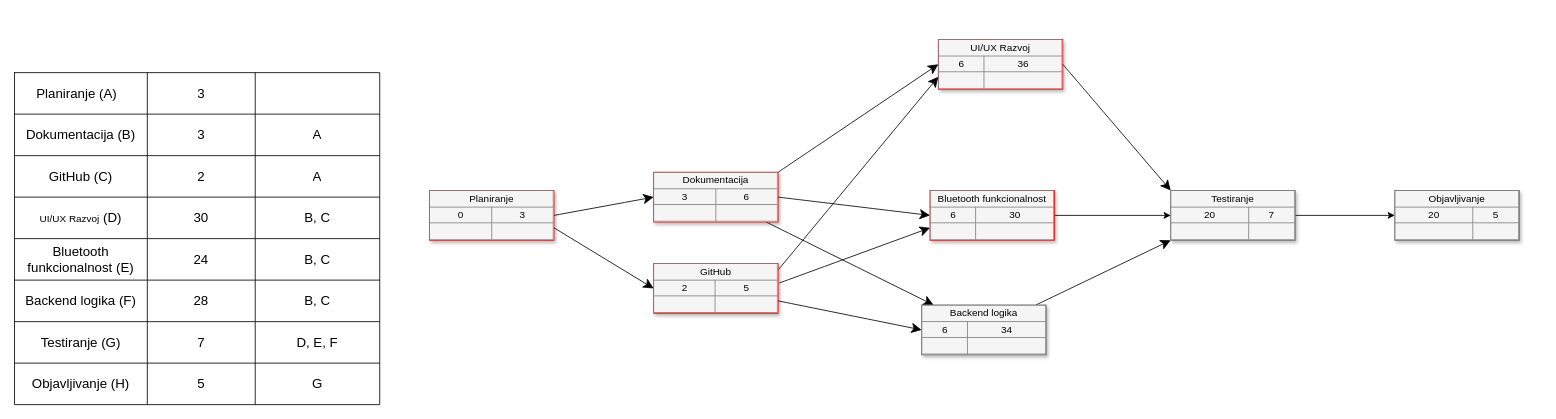
This is docs/pert.drawio from strelec00/bluetooth-chat, a draw.io file, before an edit. Source tidied: cells renumbered, new cells numbered last; positions are measured from the earlier drawing's top-left corner, leaving out a move shared by most shapes. Both pictures are drawn from the tidied source at 83%, with x=0, y=0 at pixel (14, 39).
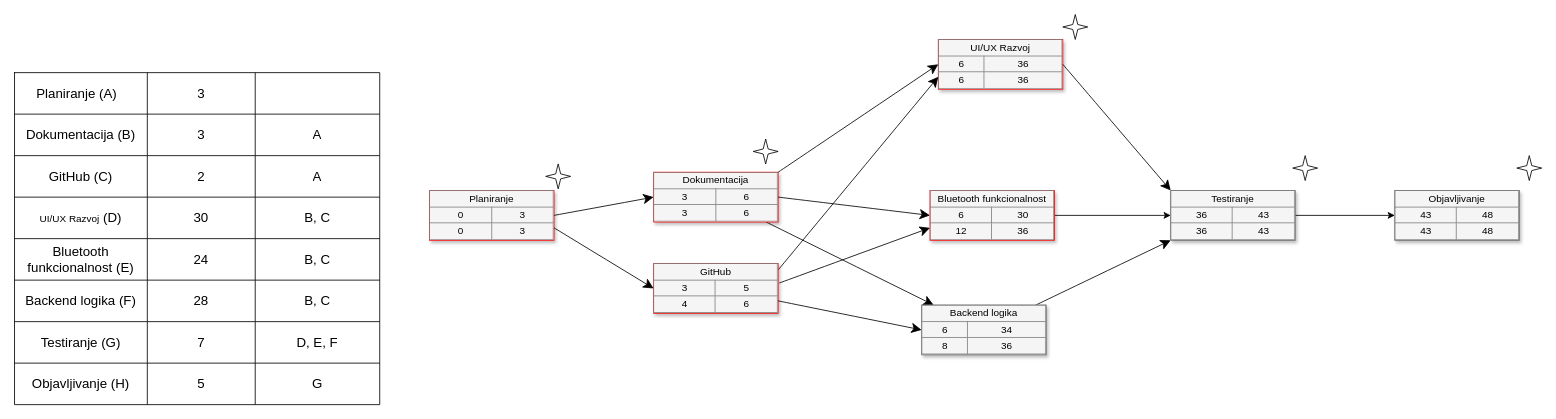
After the change.

The edit, as a diff of the source:
```diff
@@
-    <mxCell id="3" value="&lt;table border=&quot;1&quot; width=&quot;100%&quot; style=&quot;width: 100% ; height: 100% ; border-collapse: collapse&quot;&gt;&lt;tbody&gt;&lt;tr&gt;&lt;td colspan=&quot;2&quot; align=&quot;center&quot;&gt;&lt;font style=&quot;font-size: 12px;&quot;&gt;Dokumentacija&lt;/font&gt;&lt;/td&gt;&lt;/tr&gt;&lt;tr&gt;&lt;td align=&quot;center&quot;&gt;3&lt;/td&gt;&lt;td align=&quot;center&quot;&gt;&lt;font style=&quot;font-size: 12px;&quot;&gt;6&lt;/font&gt;&lt;/td&gt;&lt;/tr&gt;&lt;tr&gt;&lt;td align=&quot;center&quot;&gt;&lt;br&gt;&lt;/td&gt;&lt;td align=&quot;center&quot;&gt;&lt;br&gt;&lt;/td&gt;&lt;/tr&gt;&lt;/tbody&gt;&lt;/table&gt;" style="text;html=1;strokeColor=#FF0000;fillColor=#f5f5f5;overflow=fill;rounded=0;shadow=1;fontSize=12;align=center;" parent="1" vertex="1">
+    <mxCell id="3" value="&lt;table border=&quot;1&quot; width=&quot;100%&quot; style=&quot;width: 100% ; height: 100% ; border-collapse: collapse&quot;&gt;&lt;tbody&gt;&lt;tr&gt;&lt;td colspan=&quot;2&quot; align=&quot;center&quot;&gt;&lt;font style=&quot;font-size: 12px;&quot;&gt;Dokumentacija&lt;/font&gt;&lt;/td&gt;&lt;/tr&gt;&lt;tr&gt;&lt;td align=&quot;center&quot;&gt;3&lt;/td&gt;&lt;td align=&quot;center&quot;&gt;&lt;font style=&quot;font-size: 12px;&quot;&gt;6&lt;/font&gt;&lt;/td&gt;&lt;/tr&gt;&lt;tr&gt;&lt;td align=&quot;center&quot;&gt;3&lt;/td&gt;&lt;td align=&quot;center&quot;&gt;6&lt;/td&gt;&lt;/tr&gt;&lt;/tbody&gt;&lt;/table&gt;" style="text;html=1;strokeColor=#FF0000;fillColor=#f5f5f5;overflow=fill;rounded=0;shadow=1;fontSize=12;align=center;" parent="1" vertex="1">
       <mxGeometry x="770" y="160" width="150" height="60" as="geometry" />
     </mxCell>
@@
-    <mxCell id="5" value="&lt;table border=&quot;1&quot; width=&quot;100%&quot; style=&quot;width: 100% ; height: 100% ; border-collapse: collapse&quot;&gt;&lt;tbody&gt;&lt;tr&gt;&lt;td colspan=&quot;2&quot; align=&quot;center&quot;&gt;Bluetooth funkcionalnost&lt;/td&gt;&lt;/tr&gt;&lt;tr&gt;&lt;td align=&quot;center&quot;&gt;6&lt;/td&gt;&lt;td align=&quot;center&quot;&gt;30&lt;/td&gt;&lt;/tr&gt;&lt;tr&gt;&lt;td align=&quot;center&quot;&gt;&lt;br&gt;&lt;/td&gt;&lt;td align=&quot;center&quot;&gt;&lt;br&gt;&lt;/td&gt;&lt;/tr&gt;&lt;/tbody&gt;&lt;/table&gt;" style="text;html=1;strokeColor=#FF0000;fillColor=#f5f5f5;overflow=fill;rounded=0;shadow=1;fontSize=12;align=center;" parent="1" vertex="1">
+    <mxCell id="5" value="&lt;table border=&quot;1&quot; width=&quot;100%&quot; style=&quot;width: 100% ; height: 100% ; border-collapse: collapse&quot;&gt;&lt;tbody&gt;&lt;tr&gt;&lt;td colspan=&quot;2&quot; align=&quot;center&quot;&gt;Bluetooth funkcionalnost&lt;/td&gt;&lt;/tr&gt;&lt;tr&gt;&lt;td align=&quot;center&quot;&gt;6&lt;/td&gt;&lt;td align=&quot;center&quot;&gt;30&lt;/td&gt;&lt;/tr&gt;&lt;tr&gt;&lt;td align=&quot;center&quot;&gt;12&lt;/td&gt;&lt;td align=&quot;center&quot;&gt;36&lt;/td&gt;&lt;/tr&gt;&lt;/tbody&gt;&lt;/table&gt;" style="text;html=1;strokeColor=#FF0000;fillColor=#f5f5f5;overflow=fill;rounded=0;shadow=1;fontSize=12;align=center;" parent="1" vertex="1">
       <mxGeometry x="1103" y="182" width="150" height="60" as="geometry" />
     </mxCell>
@@
-    <mxCell id="7" value="&lt;table border=&quot;1&quot; width=&quot;100%&quot; style=&quot;width: 100% ; height: 100% ; border-collapse: collapse&quot;&gt;&lt;tbody&gt;&lt;tr&gt;&lt;td colspan=&quot;2&quot; align=&quot;center&quot;&gt;Backend logika&lt;/td&gt;&lt;/tr&gt;&lt;tr&gt;&lt;td align=&quot;center&quot;&gt;6&lt;/td&gt;&lt;td align=&quot;center&quot;&gt;34&lt;/td&gt;&lt;/tr&gt;&lt;tr&gt;&lt;td align=&quot;center&quot;&gt;&lt;br&gt;&lt;/td&gt;&lt;td align=&quot;center&quot;&gt;&lt;br&gt;&lt;/td&gt;&lt;/tr&gt;&lt;/tbody&gt;&lt;/table&gt;" style="text;html=1;strokeColor=#666666;fillColor=#f5f5f5;overflow=fill;rounded=0;shadow=1;fontSize=12;align=center;" parent="1" vertex="1">
+    <mxCell id="7" value="&lt;table border=&quot;1&quot; width=&quot;100%&quot; style=&quot;width: 100% ; height: 100% ; border-collapse: collapse&quot;&gt;&lt;tbody&gt;&lt;tr&gt;&lt;td colspan=&quot;2&quot; align=&quot;center&quot;&gt;Backend logika&lt;/td&gt;&lt;/tr&gt;&lt;tr&gt;&lt;td align=&quot;center&quot;&gt;6&lt;/td&gt;&lt;td align=&quot;center&quot;&gt;34&lt;/td&gt;&lt;/tr&gt;&lt;tr&gt;&lt;td align=&quot;center&quot;&gt;8&lt;/td&gt;&lt;td align=&quot;center&quot;&gt;36&lt;/td&gt;&lt;/tr&gt;&lt;/tbody&gt;&lt;/table&gt;" style="text;html=1;strokeColor=#666666;fillColor=#f5f5f5;overflow=fill;rounded=0;shadow=1;fontSize=12;align=center;" parent="1" vertex="1">
       <mxGeometry x="1093" y="320" width="150" height="60" as="geometry" />
     </mxCell>
@@
-    <mxCell id="9" value="&lt;table border=&quot;1&quot; width=&quot;100%&quot; style=&quot;width: 100% ; height: 100% ; border-collapse: collapse&quot;&gt;&lt;tbody&gt;&lt;tr&gt;&lt;td colspan=&quot;2&quot; align=&quot;center&quot;&gt;Testiranje&lt;/td&gt;&lt;/tr&gt;&lt;tr&gt;&lt;td align=&quot;center&quot;&gt;20&lt;/td&gt;&lt;td align=&quot;center&quot;&gt;7&lt;/td&gt;&lt;/tr&gt;&lt;tr&gt;&lt;td align=&quot;center&quot;&gt;&lt;br&gt;&lt;/td&gt;&lt;td align=&quot;center&quot;&gt;&lt;br&gt;&lt;/td&gt;&lt;/tr&gt;&lt;/tbody&gt;&lt;/table&gt;" style="text;html=1;strokeColor=#666666;fillColor=#f5f5f5;overflow=fill;rounded=0;shadow=1;fontSize=12;align=center;" parent="1" vertex="1">
+    <mxCell id="9" value="&lt;table border=&quot;1&quot; width=&quot;100%&quot; style=&quot;width: 100% ; height: 100% ; border-collapse: collapse&quot;&gt;&lt;tbody&gt;&lt;tr&gt;&lt;td colspan=&quot;2&quot; align=&quot;center&quot;&gt;Testiranje&lt;/td&gt;&lt;/tr&gt;&lt;tr&gt;&lt;td align=&quot;center&quot;&gt;36&lt;/td&gt;&lt;td align=&quot;center&quot;&gt;43&lt;/td&gt;&lt;/tr&gt;&lt;tr&gt;&lt;td align=&quot;center&quot;&gt;36&lt;/td&gt;&lt;td align=&quot;center&quot;&gt;43&lt;/td&gt;&lt;/tr&gt;&lt;/tbody&gt;&lt;/table&gt;" style="text;html=1;strokeColor=#666666;fillColor=#f5f5f5;overflow=fill;rounded=0;shadow=1;fontSize=12;align=center;" parent="1" vertex="1">
       <mxGeometry x="1393" y="182" width="150" height="60" as="geometry" />
     </mxCell>
@@
-    <mxCell id="11" value="&lt;table border=&quot;1&quot; width=&quot;100%&quot; style=&quot;width: 100% ; height: 100% ; border-collapse: collapse&quot;&gt;&lt;tbody&gt;&lt;tr&gt;&lt;td colspan=&quot;2&quot; align=&quot;center&quot;&gt;&lt;font style=&quot;font-size: 12px&quot;&gt;UI/UX Razvoj&lt;/font&gt;&lt;/td&gt;&lt;/tr&gt;&lt;tr&gt;&lt;td align=&quot;center&quot;&gt;6&lt;/td&gt;&lt;td align=&quot;center&quot;&gt;36&lt;/td&gt;&lt;/tr&gt;&lt;tr&gt;&lt;td align=&quot;center&quot;&gt;&lt;br&gt;&lt;/td&gt;&lt;td align=&quot;center&quot;&gt;&lt;br&gt;&lt;/td&gt;&lt;/tr&gt;&lt;/tbody&gt;&lt;/table&gt;" style="text;html=1;strokeColor=#FF0000;fillColor=#f5f5f5;overflow=fill;rounded=0;shadow=1;fontSize=12;align=center;" parent="1" vertex="1">
+    <mxCell id="11" value="&lt;table border=&quot;1&quot; width=&quot;100%&quot; style=&quot;width: 100% ; height: 100% ; border-collapse: collapse&quot;&gt;&lt;tbody&gt;&lt;tr&gt;&lt;td colspan=&quot;2&quot; align=&quot;center&quot;&gt;&lt;font style=&quot;font-size: 12px&quot;&gt;UI/UX Razvoj&lt;/font&gt;&lt;/td&gt;&lt;/tr&gt;&lt;tr&gt;&lt;td align=&quot;center&quot;&gt;6&lt;/td&gt;&lt;td align=&quot;center&quot;&gt;36&lt;/td&gt;&lt;/tr&gt;&lt;tr&gt;&lt;td align=&quot;center&quot;&gt;6&lt;/td&gt;&lt;td align=&quot;center&quot;&gt;36&lt;/td&gt;&lt;/tr&gt;&lt;/tbody&gt;&lt;/table&gt;" style="text;html=1;strokeColor=#FF0000;fillColor=#f5f5f5;overflow=fill;rounded=0;shadow=1;fontSize=12;align=center;" parent="1" vertex="1">
       <mxGeometry x="1113" width="150" height="60" as="geometry" />
     </mxCell>
@@
-    <mxCell id="13" value="&lt;table border=&quot;1&quot; width=&quot;100%&quot; style=&quot;width: 100% ; height: 100% ; border-collapse: collapse&quot;&gt;&lt;tbody&gt;&lt;tr&gt;&lt;td colspan=&quot;2&quot; align=&quot;center&quot;&gt;Objavljivanje&lt;/td&gt;&lt;/tr&gt;&lt;tr&gt;&lt;td align=&quot;center&quot;&gt;20&lt;/td&gt;&lt;td align=&quot;center&quot;&gt;5&lt;/td&gt;&lt;/tr&gt;&lt;tr&gt;&lt;td align=&quot;center&quot;&gt;&lt;br&gt;&lt;/td&gt;&lt;td align=&quot;center&quot;&gt;&lt;br&gt;&lt;/td&gt;&lt;/tr&gt;&lt;/tbody&gt;&lt;/table&gt;" style="text;html=1;strokeColor=#666666;fillColor=#f5f5f5;overflow=fill;rounded=0;shadow=1;fontSize=12;align=center;" parent="1" vertex="1">
+    <mxCell id="13" value="&lt;table border=&quot;1&quot; width=&quot;100%&quot; style=&quot;width: 100% ; height: 100% ; border-collapse: collapse&quot;&gt;&lt;tbody&gt;&lt;tr&gt;&lt;td colspan=&quot;2&quot; align=&quot;center&quot;&gt;Objavljivanje&lt;/td&gt;&lt;/tr&gt;&lt;tr&gt;&lt;td align=&quot;center&quot;&gt;43&lt;/td&gt;&lt;td align=&quot;center&quot;&gt;48&lt;/td&gt;&lt;/tr&gt;&lt;tr&gt;&lt;td align=&quot;center&quot;&gt;43&lt;/td&gt;&lt;td align=&quot;center&quot;&gt;48&lt;/td&gt;&lt;/tr&gt;&lt;/tbody&gt;&lt;/table&gt;" style="text;html=1;strokeColor=#666666;fillColor=#f5f5f5;overflow=fill;rounded=0;shadow=1;fontSize=12;align=center;" parent="1" vertex="1">
       <mxGeometry x="1663" y="182" width="150" height="60" as="geometry" />
     </mxCell>
@@
-    <mxCell id="15" value="&lt;table border=&quot;1&quot; width=&quot;100%&quot; style=&quot;width: 100% ; height: 100% ; border-collapse: collapse&quot;&gt;&lt;tbody&gt;&lt;tr&gt;&lt;td colspan=&quot;2&quot; align=&quot;center&quot;&gt;Planiranje&lt;/td&gt;&lt;/tr&gt;&lt;tr&gt;&lt;td align=&quot;center&quot;&gt;0&lt;/td&gt;&lt;td align=&quot;center&quot;&gt;&lt;font style=&quot;font-size: 12px;&quot;&gt;3&lt;/font&gt;&lt;/td&gt;&lt;/tr&gt;&lt;tr&gt;&lt;td align=&quot;center&quot;&gt;&lt;br&gt;&lt;/td&gt;&lt;td align=&quot;center&quot;&gt;&lt;br&gt;&lt;/td&gt;&lt;/tr&gt;&lt;/tbody&gt;&lt;/table&gt;" style="text;html=1;strokeColor=#FF0000;fillColor=#f5f5f5;overflow=fill;rounded=0;shadow=1;fontSize=12;align=center;" parent="1" vertex="1">
+    <mxCell id="15" value="&lt;table border=&quot;1&quot; width=&quot;100%&quot; style=&quot;width: 100% ; height: 100% ; border-collapse: collapse&quot;&gt;&lt;tbody&gt;&lt;tr&gt;&lt;td colspan=&quot;2&quot; align=&quot;center&quot;&gt;Planiranje&lt;/td&gt;&lt;/tr&gt;&lt;tr&gt;&lt;td align=&quot;center&quot;&gt;0&lt;/td&gt;&lt;td align=&quot;center&quot;&gt;&lt;font style=&quot;font-size: 12px;&quot;&gt;3&lt;/font&gt;&lt;/td&gt;&lt;/tr&gt;&lt;tr&gt;&lt;td align=&quot;center&quot;&gt;0&lt;/td&gt;&lt;td align=&quot;center&quot;&gt;3&lt;/td&gt;&lt;/tr&gt;&lt;/tbody&gt;&lt;/table&gt;" style="text;html=1;strokeColor=#FF0000;fillColor=#f5f5f5;overflow=fill;rounded=0;shadow=1;fontSize=12;align=center;" parent="1" vertex="1">
       <mxGeometry x="500" y="182" width="150" height="60" as="geometry" />
     </mxCell>
-    <mxCell id="16" value="&lt;table border=&quot;1&quot; width=&quot;100%&quot; style=&quot;width: 100% ; height: 100% ; border-collapse: collapse&quot;&gt;&lt;tbody&gt;&lt;tr&gt;&lt;td colspan=&quot;2&quot; align=&quot;center&quot;&gt;&lt;font style=&quot;font-size: 12px;&quot;&gt;GitHub&lt;/font&gt;&lt;/td&gt;&lt;/tr&gt;&lt;tr&gt;&lt;td align=&quot;center&quot;&gt;2&lt;/td&gt;&lt;td align=&quot;center&quot;&gt;5&lt;/td&gt;&lt;/tr&gt;&lt;tr&gt;&lt;td align=&quot;center&quot;&gt;&lt;br&gt;&lt;/td&gt;&lt;td align=&quot;center&quot;&gt;&lt;br&gt;&lt;/td&gt;&lt;/tr&gt;&lt;/tbody&gt;&lt;/table&gt;" style="text;html=1;strokeColor=#FF0000;fillColor=#f5f5f5;overflow=fill;rounded=0;shadow=1;fontSize=12;align=center;" parent="1" vertex="1">
+    <mxCell id="16" value="&lt;table border=&quot;1&quot; width=&quot;100%&quot; style=&quot;width: 100% ; height: 100% ; border-collapse: collapse&quot;&gt;&lt;tbody&gt;&lt;tr&gt;&lt;td colspan=&quot;2&quot; align=&quot;center&quot;&gt;&lt;font style=&quot;font-size: 12px;&quot;&gt;GitHub&lt;/font&gt;&lt;/td&gt;&lt;/tr&gt;&lt;tr&gt;&lt;td align=&quot;center&quot;&gt;3&lt;/td&gt;&lt;td align=&quot;center&quot;&gt;5&lt;/td&gt;&lt;/tr&gt;&lt;tr&gt;&lt;td align=&quot;center&quot;&gt;4&lt;/td&gt;&lt;td align=&quot;center&quot;&gt;6&lt;/td&gt;&lt;/tr&gt;&lt;/tbody&gt;&lt;/table&gt;" style="text;html=1;strokeColor=#FF0000;fillColor=#f5f5f5;overflow=fill;rounded=0;shadow=1;fontSize=12;align=center;" parent="1" vertex="1">
       <mxGeometry x="770" y="270" width="150" height="60" as="geometry" />
     </mxCell>
@@
+    <mxCell id="55" style="verticalLabelPosition=bottom;verticalAlign=top;html=1;shape=mxgraph.basic.4_point_star_2;dx=0.8;" parent="1" vertex="1">
+      <mxGeometry x="1810" y="140" width="30" height="30" as="geometry" />
+    </mxCell>
+    <mxCell id="56" style="verticalLabelPosition=bottom;verticalAlign=top;html=1;shape=mxgraph.basic.4_point_star_2;dx=0.8;" parent="1" vertex="1">
+      <mxGeometry x="1540" y="140" width="30" height="30" as="geometry" />
+    </mxCell>
+    <mxCell id="57" style="verticalLabelPosition=bottom;verticalAlign=top;html=1;shape=mxgraph.basic.4_point_star_2;dx=0.8;" parent="1" vertex="1">
+      <mxGeometry x="1263" y="-30" width="30" height="30" as="geometry" />
+    </mxCell>
+    <mxCell id="58" style="verticalLabelPosition=bottom;verticalAlign=top;html=1;shape=mxgraph.basic.4_point_star_2;dx=0.8;" parent="1" vertex="1">
+      <mxGeometry x="890" y="120" width="30" height="30" as="geometry" />
+    </mxCell>
+    <mxCell id="59" style="verticalLabelPosition=bottom;verticalAlign=top;html=1;shape=mxgraph.basic.4_point_star_2;dx=0.8;" parent="1" vertex="1">
+      <mxGeometry x="640" y="150" width="30" height="30" as="geometry" />
+    </mxCell>
```
